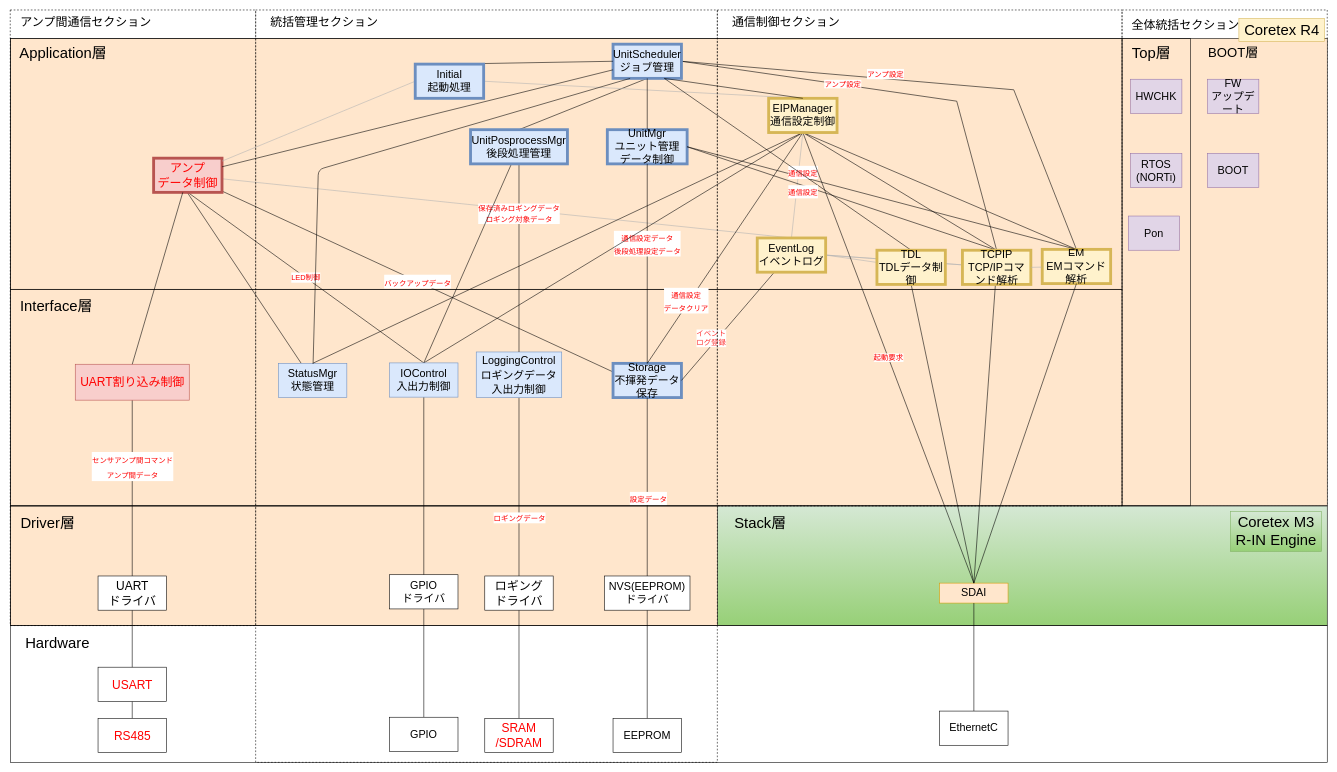
Above: page "RevG_NewスマNWU静的構造_完全版" (1 of 4) of NWユニット_アーキテクチャ図.drawio in YutaSuzukiGARI/nwunit (draw.io), before the change. Source tidied: cells renumbered, new cells numbered last; positions are measured from the earlier drawing's top-left corner, leaving out a move shared by most shapes. Both pictures are drawn from the tidied source at 57%, with x=0, y=0 at pixel (10, 10).
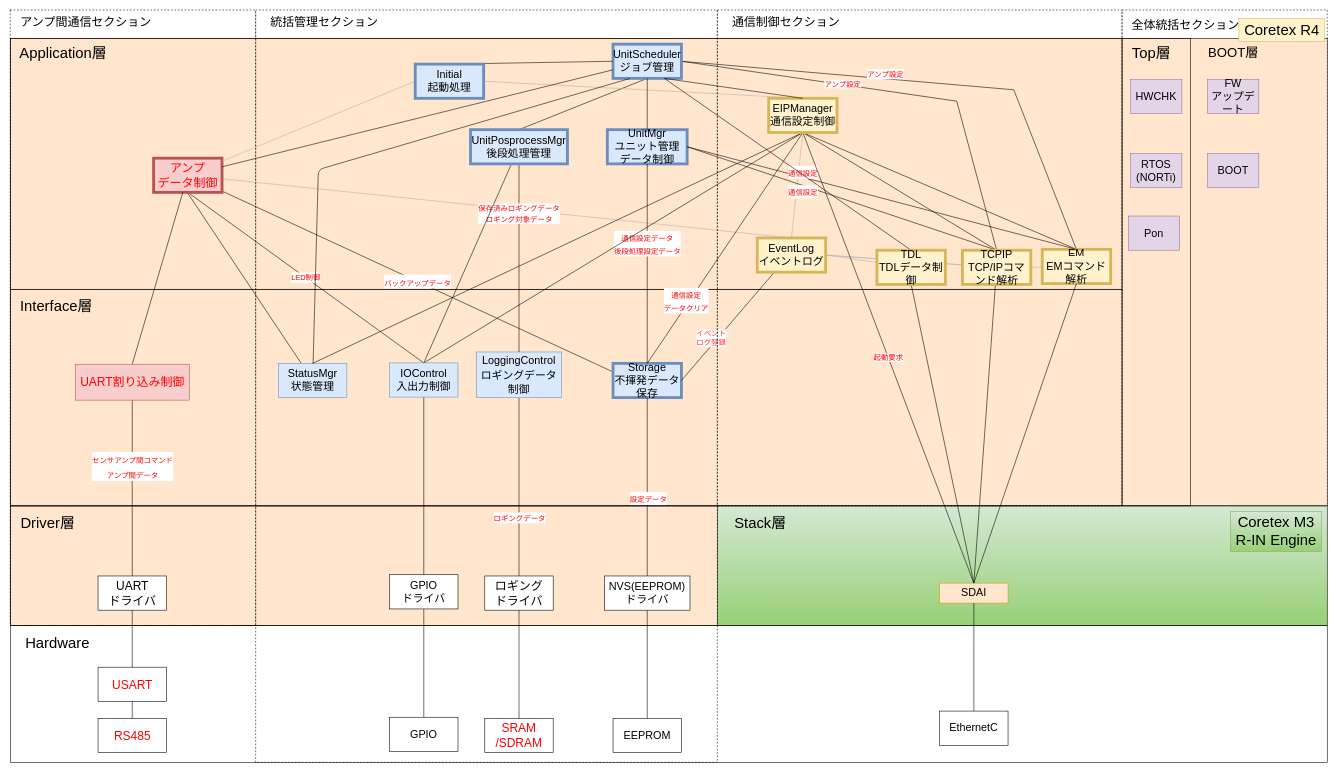
The same diagram, later.

Diff of the diagram source:
```diff
@@
-    <mxCell id="58" value="&lt;font style=&quot;font-size: 19px&quot;&gt;LoggingControl&lt;br&gt;ロギングデータ&lt;br&gt;入出力制御&lt;/font&gt;" style="rounded=0;whiteSpace=wrap;html=1;fillColor=#dae8fc;strokeColor=#6c8ebf;fontSize=21;" parent="1" vertex="1">
+    <mxCell id="58" value="&lt;font style=&quot;font-size: 19px&quot;&gt;LoggingControl&lt;br&gt;ロギングデータ&lt;br&gt;制御&lt;/font&gt;" style="rounded=0;whiteSpace=wrap;html=1;fillColor=#dae8fc;strokeColor=#6c8ebf;fontSize=21;" parent="1" vertex="1">
       <mxGeometry x="817" y="600" width="150" height="80" as="geometry" />
     </mxCell>
```
